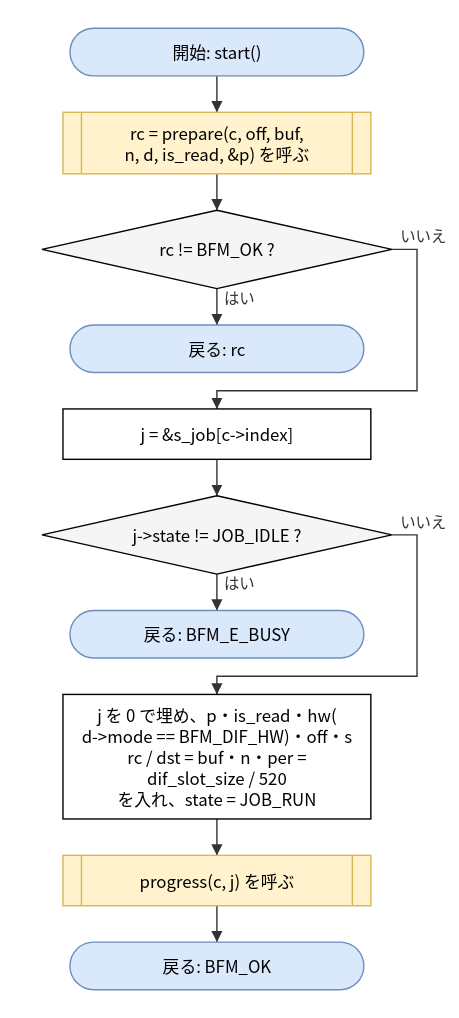
The draw.io diagram doc/spec/images/flow_src_bfm_dif-start.drawio.svg in hf355051012-ai/bfmem, before a commit. Source tidied: cells renumbered, new cells last; positions are measured from the earlier drawing's top-left corner, leaving out a move shared by most shapes.
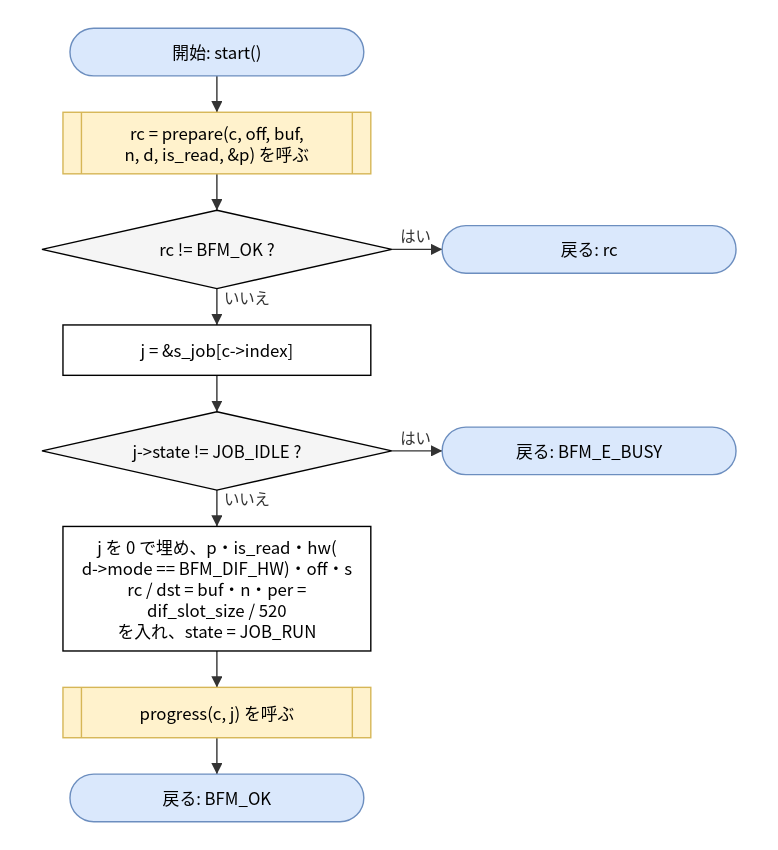
After the change.

The edit, as a diff of the source:
```diff
@@ -12,25 +12,25 @@
       <mxGeometry y="130" width="250" height="56" as="geometry" />
     </mxCell>
     <mxCell id="5" value="戻る: rc" style="rounded=1;arcSize=50;whiteSpace=wrap;html=1;fillColor=#dae8fc;strokeColor=#6c8ebf;" parent="1" vertex="1">
-      <mxGeometry x="20" y="212" width="210" height="34" as="geometry" />
+      <mxGeometry x="286" y="141" width="210" height="34" as="geometry" />
     </mxCell>
     <mxCell id="6" value="j = &amp;amp;s_job[c-&amp;gt;index]" style="rounded=0;whiteSpace=wrap;html=1;" parent="1" vertex="1">
-      <mxGeometry x="15" y="272" width="220" height="36" as="geometry" />
+      <mxGeometry x="15" y="212" width="220" height="36" as="geometry" />
     </mxCell>
     <mxCell id="7" value="j-&amp;gt;state != JOB_IDLE ?" style="rhombus;whiteSpace=wrap;html=1;fillColor=#f5f5f5;" parent="1" vertex="1">
-      <mxGeometry y="334" width="250" height="56" as="geometry" />
+      <mxGeometry y="274" width="250" height="56" as="geometry" />
     </mxCell>
     <mxCell id="8" value="戻る: BFM_E_BUSY" style="rounded=1;arcSize=50;whiteSpace=wrap;html=1;fillColor=#dae8fc;strokeColor=#6c8ebf;" parent="1" vertex="1">
-      <mxGeometry x="20" y="416" width="210" height="34" as="geometry" />
+      <mxGeometry x="286" y="285" width="210" height="34" as="geometry" />
     </mxCell>
     <mxCell id="9" value="j を 0 で埋め、p・is_read・hw(&lt;br&gt;d-&amp;gt;mode == BFM_DIF_HW)・off・s&lt;br&gt;rc / dst = buf・n・per =&lt;br&gt;dif_slot_size / 520&lt;br&gt;を入れ、state = JOB_RUN" style="rounded=0;whiteSpace=wrap;html=1;" parent="1" vertex="1">
-      <mxGeometry x="15" y="476" width="220" height="89" as="geometry" />
+      <mxGeometry x="15" y="356" width="220" height="89" as="geometry" />
     </mxCell>
     <mxCell id="10" value="progress(c, j) を呼ぶ" style="shape=process;whiteSpace=wrap;html=1;backgroundOutline=1;size=0.06;fillColor=#fff2cc;strokeColor=#d6b656;" parent="1" vertex="1">
-      <mxGeometry x="15" y="591" width="220" height="36" as="geometry" />
+      <mxGeometry x="15" y="471" width="220" height="36" as="geometry" />
     </mxCell>
     <mxCell id="11" value="戻る: BFM_OK" style="rounded=1;arcSize=50;whiteSpace=wrap;html=1;fillColor=#dae8fc;strokeColor=#6c8ebf;" parent="1" vertex="1">
-      <mxGeometry x="20" y="653" width="210" height="34" as="geometry" />
+      <mxGeometry x="20" y="533" width="210" height="34" as="geometry" />
     </mxCell>
     <mxCell id="12" style="edgeStyle=none;html=1;rounded=0;endArrow=block;endFill=1;exitX=0.5000;exitY=1.0000;exitDx=0;exitDy=0;exitPerimeter=0;entryX=0.5000;entryY=0.0000;entryDx=0;entryDy=0;entryPerimeter=0;" parent="1" edge="1" source="2" target="3">
       <mxGeometry relative="1" as="geometry" />
@@ -38,32 +38,20 @@
     <mxCell id="13" style="edgeStyle=none;html=1;rounded=0;endArrow=block;endFill=1;exitX=0.5000;exitY=1.0000;exitDx=0;exitDy=0;exitPerimeter=0;entryX=0.5000;entryY=0.0000;entryDx=0;entryDy=0;entryPerimeter=0;" parent="1" edge="1" source="3" target="4">
       <mxGeometry relative="1" as="geometry" />
     </mxCell>
-    <mxCell id="14" value="はい" style="edgeStyle=none;html=1;rounded=0;endArrow=block;endFill=1;exitX=0.5000;exitY=1.0000;exitDx=0;exitDy=0;exitPerimeter=0;entryX=0.5000;entryY=0.0000;entryDx=0;entryDy=0;entryPerimeter=0;" parent="1" edge="1" source="4" target="5">
+    <mxCell id="14" value="はい" style="edgeStyle=none;html=1;rounded=0;endArrow=block;endFill=1;exitX=1.0000;exitY=0.5000;exitDx=0;exitDy=0;exitPerimeter=0;entryX=0.0000;entryY=0.5000;entryDx=0;entryDy=0;entryPerimeter=0;" parent="1" edge="1" source="4" target="5">
       <mxGeometry relative="1" as="geometry" />
     </mxCell>
-    <mxCell id="15" value="いいえ" style="edgeStyle=none;html=1;rounded=0;endArrow=block;endFill=1;exitX=1.0000;exitY=0.5000;exitDx=0;exitDy=0;exitPerimeter=0;entryX=0.5000;entryY=0.0000;entryDx=0;entryDy=0;entryPerimeter=0;" parent="1" edge="1" source="4" target="6">
-      <mxGeometry relative="1" as="geometry">
-        <Array as="points">
-          <mxPoint x="268" y="158" />
-          <mxPoint x="268" y="259" />
-          <mxPoint x="125" y="259" />
-        </Array>
-      </mxGeometry>
+    <mxCell id="15" value="いいえ" style="edgeStyle=none;html=1;rounded=0;endArrow=block;endFill=1;exitX=0.5000;exitY=1.0000;exitDx=0;exitDy=0;exitPerimeter=0;entryX=0.5000;entryY=0.0000;entryDx=0;entryDy=0;entryPerimeter=0;" parent="1" edge="1" source="4" target="6">
+      <mxGeometry relative="1" as="geometry" />
     </mxCell>
     <mxCell id="16" style="edgeStyle=none;html=1;rounded=0;endArrow=block;endFill=1;exitX=0.5000;exitY=1.0000;exitDx=0;exitDy=0;exitPerimeter=0;entryX=0.5000;entryY=0.0000;entryDx=0;entryDy=0;entryPerimeter=0;" parent="1" edge="1" source="6" target="7">
       <mxGeometry relative="1" as="geometry" />
     </mxCell>
-    <mxCell id="17" value="はい" style="edgeStyle=none;html=1;rounded=0;endArrow=block;endFill=1;exitX=0.5000;exitY=1.0000;exitDx=0;exitDy=0;exitPerimeter=0;entryX=0.5000;entryY=0.0000;entryDx=0;entryDy=0;entryPerimeter=0;" parent="1" edge="1" source="7" target="8">
+    <mxCell id="17" value="はい" style="edgeStyle=none;html=1;rounded=0;endArrow=block;endFill=1;exitX=1.0000;exitY=0.5000;exitDx=0;exitDy=0;exitPerimeter=0;entryX=0.0000;entryY=0.5000;entryDx=0;entryDy=0;entryPerimeter=0;" parent="1" edge="1" source="7" target="8">
       <mxGeometry relative="1" as="geometry" />
     </mxCell>
-    <mxCell id="18" value="いいえ" style="edgeStyle=none;html=1;rounded=0;endArrow=block;endFill=1;exitX=1.0000;exitY=0.5000;exitDx=0;exitDy=0;exitPerimeter=0;entryX=0.5000;entryY=0.0000;entryDx=0;entryDy=0;entryPerimeter=0;" parent="1" edge="1" source="7" target="9">
-      <mxGeometry relative="1" as="geometry">
-        <Array as="points">
-          <mxPoint x="268" y="362" />
-          <mxPoint x="268" y="463" />
-          <mxPoint x="125" y="463" />
-        </Array>
-      </mxGeometry>
+    <mxCell id="18" value="いいえ" style="edgeStyle=none;html=1;rounded=0;endArrow=block;endFill=1;exitX=0.5000;exitY=1.0000;exitDx=0;exitDy=0;exitPerimeter=0;entryX=0.5000;entryY=0.0000;entryDx=0;entryDy=0;entryPerimeter=0;" parent="1" edge="1" source="7" target="9">
+      <mxGeometry relative="1" as="geometry" />
     </mxCell>
     <mxCell id="19" style="edgeStyle=none;html=1;rounded=0;endArrow=block;endFill=1;exitX=0.5000;exitY=1.0000;exitDx=0;exitDy=0;exitPerimeter=0;entryX=0.5000;entryY=0.0000;entryDx=0;entryDy=0;entryPerimeter=0;" parent="1" edge="1" source="9" target="10">
       <mxGeometry relative="1" as="geometry" />
```
